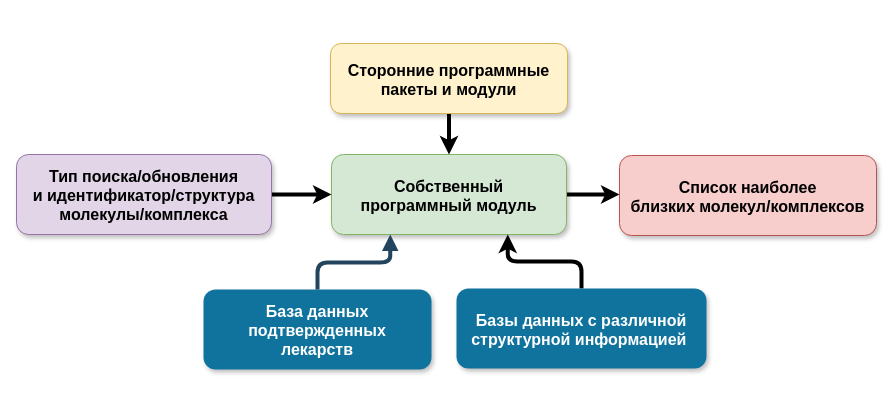
Earlier version of the draw.io diagram Latex_diplom/Drawio/Untitled Diagram.drawio (antmaxi/BSc_thesis). Source tidied: cells renumbered, new cells numbered last; positions are measured from the earlier drawing's top-left corner, leaving out a move shared by most shapes. Both pictures are drawn from the tidied source at 100%, with x=0, y=0 at pixel (16, 43).
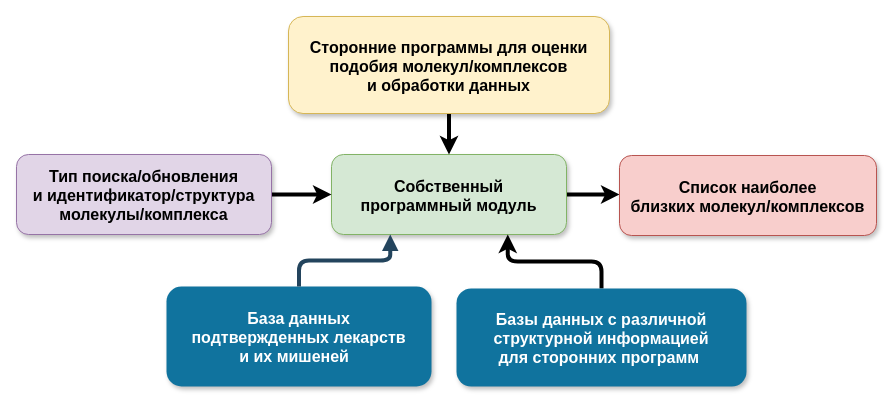
After the change.

Change to the diagram source:
```diff
@@
 <mxGraphModel background="#ffffff">
   <root>
     <mxCell id="0" />
     <mxCell id="1" parent="0" />
-    <mxCell id="2" value="База данных &#10;подтвержденных &#10;лекарств" style="rounded=1;fillColor=#10739E;strokeColor=none;shadow=1;gradientColor=none;fontStyle=1;fontColor=#FFFFFF;fontSize=16;" parent="1" vertex="1">
-      <mxGeometry x="187" y="246" width="228" height="80" as="geometry" />
+    <mxCell id="2" value="База данных &#10;подтвержденных лекарств&#10;и их мишеней  " style="rounded=1;fillColor=#10739E;strokeColor=none;shadow=1;gradientColor=none;fontStyle=1;fontColor=#FFFFFF;fontSize=16;" parent="1" vertex="1">
+      <mxGeometry x="150" y="243" width="265" height="100" as="geometry" />
     </mxCell>
     <mxCell id="3" style="edgeStyle=elbowEdgeStyle;rounded=1;jettySize=auto;elbow=vertical;html=1;strokeWidth=4;" parent="1" edge="1" target="10">
       <mxGeometry relative="1" as="geometry">
         <mxPoint x="493" y="151" as="sourcePoint" />
       </mxGeometry>
     </mxCell>
     <mxCell id="4" value="Собственный&#10;программный модуль" style="rounded=1;fillColor=#d5e8d4;strokeColor=#82b366;shadow=1;fontStyle=1;fontSize=16;" parent="1" vertex="1">
       <mxGeometry x="315" y="111" width="235" height="80" as="geometry" />
     </mxCell>
     <mxCell id="5" style="edgeStyle=elbowEdgeStyle;rounded=1;jettySize=auto;elbow=vertical;html=1;strokeWidth=4;" parent="1" edge="1" source="6" target="4">
       <mxGeometry relative="1" as="geometry" />
     </mxCell>
     <mxCell id="6" value="&#10;Тип поиска/обновления&#10;и идентификатор/структура&#10;молекулы/комплекса&#10;" style="rounded=1;fillColor=#e1d5e7;strokeColor=#9673a6;shadow=1;fontStyle=1;fontSize=16;" parent="1" vertex="1">
       <mxGeometry y="111" width="255" height="80" as="geometry" />
     </mxCell>
     <mxCell id="7" style="edgeStyle=elbowEdgeStyle;elbow=vertical;strokeWidth=4;endArrow=block;endFill=1;fontStyle=1;strokeColor=#23445D;entryX=0.25;entryY=1;entryDx=0;entryDy=0;exitX=0.5;exitY=0;exitDx=0;exitDy=0;" parent="1" edge="1" source="2" target="4">
       <mxGeometry x="-50" y="123.5" as="geometry" />
     </mxCell>
     <mxCell id="8" style="edgeStyle=elbowEdgeStyle;rounded=1;jettySize=auto;html=1;strokeWidth=4;elbow=vertical;exitX=0.5;exitY=0;exitDx=0;exitDy=0;entryX=0.75;entryY=1;entryDx=0;entryDy=0;" parent="1" edge="1" source="9" target="4">
       <mxGeometry relative="1" as="geometry" />
     </mxCell>
-    <mxCell id="9" value="&#10;Базы данных с различной&#10;структурной информацией &#10;" style="rounded=1;fillColor=#10739E;strokeColor=none;shadow=1;gradientColor=none;fontStyle=1;fontColor=#FFFFFF;fontSize=16;" parent="1" vertex="1">
-      <mxGeometry x="440" y="245" width="250" height="80" as="geometry" />
+    <mxCell id="9" value="&#10;Базы данных с различной&#10;структурной информацией&#10;для сторонних программ &#10;" style="rounded=1;fillColor=#10739E;strokeColor=none;shadow=1;gradientColor=none;fontStyle=1;fontColor=#FFFFFF;fontSize=16;" parent="1" vertex="1">
+      <mxGeometry x="440" y="245" width="290" height="98" as="geometry" />
     </mxCell>
     <mxCell id="10" value="&#10;Список наиболее&#10;близких молекул/комплексов&#10;" style="rounded=1;fillColor=#f8cecc;strokeColor=#b85450;shadow=1;fontStyle=1;fontSize=16;" parent="1" vertex="1">
       <mxGeometry x="603" y="112" width="257" height="80" as="geometry" />
     </mxCell>
     <mxCell id="11" style="edgeStyle=elbowEdgeStyle;rounded=1;jettySize=auto;elbow=vertical;html=1;exitX=0.5;exitY=1;exitDx=0;exitDy=0;entryX=0.5;entryY=0;entryDx=0;entryDy=0;strokeWidth=4;" parent="1" edge="1" source="12" target="4">
       <mxGeometry relative="1" as="geometry" />
     </mxCell>
-    <mxCell id="12" value="Сторонние программные &#10;пакеты и модули" style="rounded=1;fillColor=#fff2cc;strokeColor=#d6b656;shadow=1;fontStyle=1;fontSize=16;" parent="1" vertex="1">
-      <mxGeometry x="314" width="237" height="70" as="geometry" />
+    <mxCell id="12" value="&#10;Сторонние программы для оценки &#10;подобия молекул/комплексов&#10;и обработки данных&#10;" style="rounded=1;fillColor=#fff2cc;strokeColor=#d6b656;shadow=1;fontStyle=1;fontSize=16;" parent="1" vertex="1">
+      <mxGeometry x="272" y="-27" width="321" height="97" as="geometry" />
     </mxCell>
   </root>
 </mxGraphModel>
```
